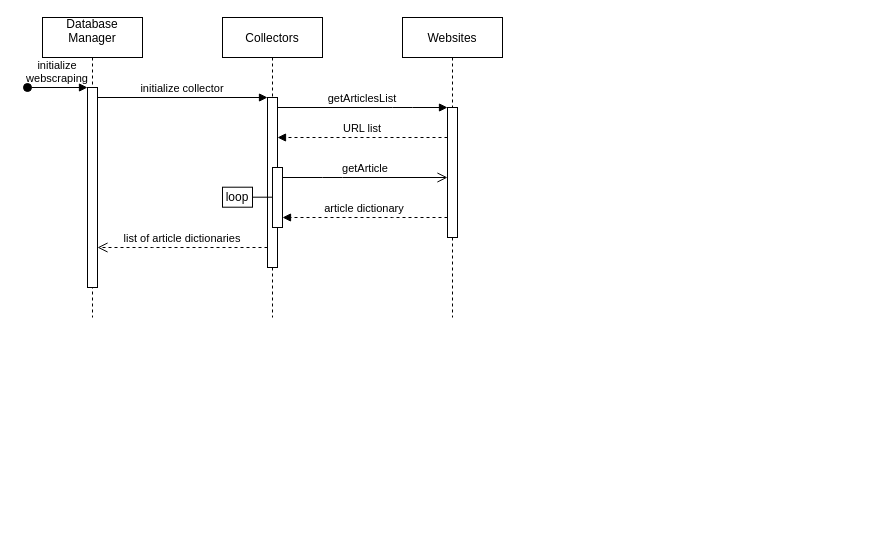
Before: page "Page-1" (1 of 2) of sequence.drawio in axellervik/DD1369, a draw.io diagram. Source tidied: cells renumbered, new cells numbered last; positions are measured from the earlier drawing's top-left corner, leaving out a move shared by most shapes. Both pictures are drawn from the tidied source at 100%, with x=0, y=0 at pixel (27, 17).
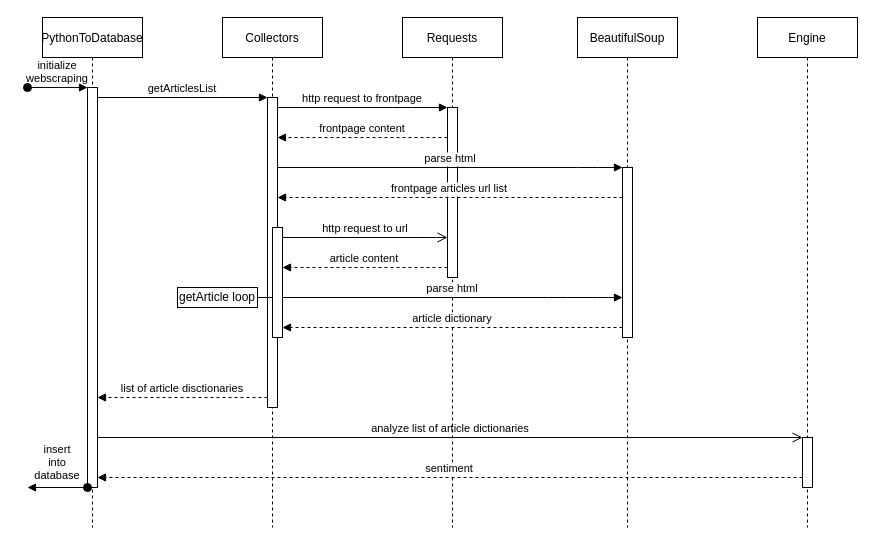
After the change.

What changed in the source:
```diff
@@
-    <mxCell id="2" value="Database&#10;Manager&#10;" style="shape=umlLifeline;perimeter=lifelinePerimeter;rounded=0;shadow=0;strokeWidth=1;" parent="1" vertex="1">
-      <mxGeometry x="15" width="100" height="300" as="geometry" />
+    <mxCell id="2" value="PythonToDatabase" style="shape=umlLifeline;perimeter=lifelinePerimeter;rounded=0;shadow=0;strokeWidth=1;" parent="1" vertex="1">
+      <mxGeometry x="15" width="100" height="510" as="geometry" />
     </mxCell>
     <mxCell id="3" style="points=[];perimeter=orthogonalPerimeter;rounded=0;shadow=0;strokeWidth=1;" parent="2" vertex="1">
-      <mxGeometry x="45" y="70" width="10" height="200" as="geometry" />
+      <mxGeometry x="45" y="70" width="10" height="400" as="geometry" />
     </mxCell>
@@
     <mxCell id="5" value="Collectors" style="shape=umlLifeline;perimeter=lifelinePerimeter;rounded=0;shadow=0;strokeWidth=1;" parent="1" vertex="1">
-      <mxGeometry x="195" width="100" height="300" as="geometry" />
+      <mxGeometry x="195" width="100" height="510" as="geometry" />
     </mxCell>
     <mxCell id="6" style="points=[];perimeter=orthogonalPerimeter;rounded=0;shadow=0;strokeWidth=1;" parent="5" vertex="1">
-      <mxGeometry x="45" y="80" width="10" height="170" as="geometry" />
+      <mxGeometry x="45" y="80" width="10" height="310" as="geometry" />
     </mxCell>
     <mxCell id="7" style="points=[];perimeter=orthogonalPerimeter;rounded=0;shadow=0;strokeWidth=1;" parent="5" vertex="1">
-      <mxGeometry x="50" y="150" width="10" height="60" as="geometry" />
+      <mxGeometry x="50" y="210" width="10" height="110" as="geometry" />
     </mxCell>
-    <mxCell id="8" value="loop" style="rounded=0;whiteSpace=wrap;html=1;strokeWidth=1;fillColor=none;" parent="5" vertex="1">
-      <mxGeometry y="169.7" width="30" height="20" as="geometry" />
+    <mxCell id="8" value="getArticle loop" style="rounded=0;whiteSpace=wrap;html=1;strokeWidth=1;fillColor=none;" parent="5" vertex="1">
+      <mxGeometry x="-45" y="270" width="80" height="20" as="geometry" />
     </mxCell>
+    <mxCell id="10" style="edgeStyle=orthogonalEdgeStyle;rounded=0;orthogonalLoop=1;jettySize=auto;html=1;exitX=0.5;exitY=1;exitDx=0;exitDy=0;labelBackgroundColor=none;" parent="5" edge="1" source="8" target="8">
+      <mxGeometry relative="1" as="geometry" />
+    </mxCell>
@@
-    <mxCell id="10" style="edgeStyle=orthogonalEdgeStyle;rounded=0;orthogonalLoop=1;jettySize=auto;html=1;exitX=0.5;exitY=1;exitDx=0;exitDy=0;labelBackgroundColor=none;" parent="5" edge="1" source="8" target="8">
-      <mxGeometry relative="1" as="geometry" />
-    </mxCell>
-    <mxCell id="11" value="list of article dictionaries" style="verticalAlign=bottom;endArrow=open;dashed=1;endSize=8;shadow=0;strokeWidth=1;" parent="1" edge="1" source="6" target="3">
-      <mxGeometry relative="1" as="geometry">
-        <Array as="points">
-          <mxPoint x="135" y="230" />
-        </Array>
-      </mxGeometry>
+    <mxCell id="11" value="analyze list of article dictionaries" style="verticalAlign=bottom;endArrow=open;endSize=8;shadow=0;strokeWidth=1;" parent="1" edge="1" source="3" target="20">
+      <mxGeometry relative="1" as="geometry" />
     </mxCell>
-    <mxCell id="12" value="initialize collector" style="verticalAlign=bottom;endArrow=block;entryX=0;entryY=0;shadow=0;strokeWidth=1;" parent="1" edge="1" source="3" target="6">
+    <mxCell id="12" value="getArticlesList" style="verticalAlign=bottom;endArrow=block;entryX=0;entryY=0;shadow=0;strokeWidth=1;" parent="1" edge="1" source="3" target="6">
       <mxGeometry relative="1" as="geometry" />
     </mxCell>
-    <mxCell id="13" value="Websites" style="shape=umlLifeline;perimeter=lifelinePerimeter;rounded=0;shadow=0;strokeWidth=1;" parent="1" vertex="1">
-      <mxGeometry x="375" width="100" height="300" as="geometry" />
+    <mxCell id="13" value="Requests" style="shape=umlLifeline;perimeter=lifelinePerimeter;rounded=0;shadow=0;strokeWidth=1;" parent="1" vertex="1">
+      <mxGeometry x="375" width="100" height="510" as="geometry" />
     </mxCell>
     <mxCell id="14" style="points=[];perimeter=orthogonalPerimeter;rounded=0;shadow=0;strokeWidth=1;" parent="13" vertex="1">
-      <mxGeometry x="45" y="90" width="10" height="130" as="geometry" />
+      <mxGeometry x="45" y="90" width="10" height="170" as="geometry" />
     </mxCell>
-    <mxCell id="15" value="getArticlesList" style="verticalAlign=bottom;endArrow=block;shadow=0;strokeWidth=1;" parent="1" edge="1" source="6" target="14">
+    <mxCell id="15" value="http request to frontpage" style="verticalAlign=bottom;endArrow=block;shadow=0;strokeWidth=1;" parent="1" edge="1" source="6" target="14">
       <mxGeometry relative="1" as="geometry">
         <Array as="points">
           <mxPoint x="375" y="90" />
         </Array>
       </mxGeometry>
     </mxCell>
-    <mxCell id="16" value="getArticle" style="verticalAlign=bottom;endArrow=open;endSize=8;shadow=0;strokeWidth=1;" parent="1" edge="1" source="7">
+    <mxCell id="16" value="http request to url" style="verticalAlign=bottom;endArrow=open;endSize=8;shadow=0;strokeWidth=1;" parent="1" edge="1" source="7" target="14">
       <mxGeometry relative="1" as="geometry">
-        <mxPoint x="420" y="160" as="targetPoint" />
         <Array as="points">
-          <mxPoint x="305" y="160" />
+          <mxPoint x="400" y="220" />
         </Array>
       </mxGeometry>
     </mxCell>
-    <mxCell id="17" value="article dictionary" style="verticalAlign=bottom;endArrow=block;shadow=0;strokeWidth=1;dashed=1;" parent="1" edge="1" target="7">
+    <mxCell id="17" value="article dictionary" style="verticalAlign=bottom;endArrow=block;shadow=0;strokeWidth=1;dashed=1;" parent="1" edge="1" source="24" target="7">
       <mxGeometry relative="1" as="geometry">
-        <mxPoint x="420" y="200" as="sourcePoint" />
         <Array as="points">
-          <mxPoint x="375" y="200" />
+          <mxPoint x="540" y="310" />
+          <mxPoint x="370" y="310" />
+          <mxPoint x="350" y="310" />
         </Array>
       </mxGeometry>
     </mxCell>
-    <mxCell id="18" value="URL list" style="verticalAlign=bottom;endArrow=block;shadow=0;strokeWidth=1;dashed=1;" parent="1" edge="1" source="14" target="6">
+    <mxCell id="18" value="frontpage content" style="verticalAlign=bottom;endArrow=block;shadow=0;strokeWidth=1;dashed=1;" parent="1" edge="1" source="14" target="6">
       <mxGeometry relative="1" as="geometry">
         <Array as="points">
           <mxPoint x="335" y="120" />
         </Array>
       </mxGeometry>
     </mxCell>
+    <mxCell id="19" value="Engine" style="shape=umlLifeline;perimeter=lifelinePerimeter;rounded=0;shadow=0;strokeWidth=1;" parent="1" vertex="1">
+      <mxGeometry x="730" width="100" height="510" as="geometry" />
+    </mxCell>
+    <mxCell id="20" style="points=[];perimeter=orthogonalPerimeter;rounded=0;shadow=0;strokeWidth=1;" parent="19" vertex="1">
+      <mxGeometry x="45" y="420" width="10" height="50" as="geometry" />
+    </mxCell>
+    <mxCell id="21" value="sentiment" style="verticalAlign=bottom;endArrow=block;shadow=0;strokeWidth=1;dashed=1;" parent="1" edge="1" source="20" target="3">
+      <mxGeometry relative="1" as="geometry">
+        <Array as="points">
+          <mxPoint x="310" y="460" />
+        </Array>
+      </mxGeometry>
+    </mxCell>
+    <mxCell id="22" value="list of article disctionaries" style="verticalAlign=bottom;endArrow=block;shadow=0;strokeWidth=1;dashed=1;" parent="1" edge="1" source="6" target="3">
+      <mxGeometry relative="1" as="geometry">
+        <Array as="points">
+          <mxPoint x="190" y="380" />
+          <mxPoint x="130" y="380" />
+        </Array>
+      </mxGeometry>
+    </mxCell>
+    <mxCell id="23" value="BeautifulSoup" style="shape=umlLifeline;perimeter=lifelinePerimeter;rounded=0;shadow=0;strokeWidth=1;" parent="1" vertex="1">
+      <mxGeometry x="550" width="100" height="510" as="geometry" />
+    </mxCell>
+    <mxCell id="24" style="points=[];perimeter=orthogonalPerimeter;rounded=0;shadow=0;strokeWidth=1;" parent="23" vertex="1">
+      <mxGeometry x="45" y="150" width="10" height="170" as="geometry" />
+    </mxCell>
+    <mxCell id="25" value="parse html" style="verticalAlign=bottom;endArrow=block;shadow=0;strokeWidth=1;" parent="1" edge="1" source="6" target="24">
+      <mxGeometry relative="1" as="geometry">
+        <Array as="points">
+          <mxPoint x="560" y="150" />
+        </Array>
+      </mxGeometry>
+    </mxCell>
+    <mxCell id="26" value="frontpage articles url list" style="verticalAlign=bottom;endArrow=block;shadow=0;strokeWidth=1;dashed=1;" parent="1" edge="1" source="24" target="6">
+      <mxGeometry relative="1" as="geometry">
+        <Array as="points">
+          <mxPoint x="510" y="180" />
+        </Array>
+      </mxGeometry>
+    </mxCell>
+    <mxCell id="27" value="article content" style="verticalAlign=bottom;endArrow=block;shadow=0;strokeWidth=1;dashed=1;" parent="1" edge="1" source="14" target="7">
+      <mxGeometry relative="1" as="geometry">
+        <Array as="points">
+          <mxPoint x="400" y="250" />
+        </Array>
+      </mxGeometry>
+    </mxCell>
+    <mxCell id="28" value="parse html" style="verticalAlign=bottom;endArrow=block;shadow=0;strokeWidth=1;" parent="1" edge="1" source="7" target="24">
+      <mxGeometry relative="1" as="geometry">
+        <Array as="points">
+          <mxPoint x="530" y="280" />
+          <mxPoint x="580" y="280" />
+        </Array>
+      </mxGeometry>
+    </mxCell>
+    <mxCell id="29" value="insert&#10;into&#10;database&#10;" style="verticalAlign=bottom;startArrow=oval;endArrow=block;startSize=8;shadow=0;strokeWidth=1;labelBackgroundColor=none;" parent="1" edge="1" source="3">
+      <mxGeometry y="10" relative="1" as="geometry">
+        <mxPoint y="470" as="targetPoint" />
+      </mxGeometry>
+    </mxCell>
```
